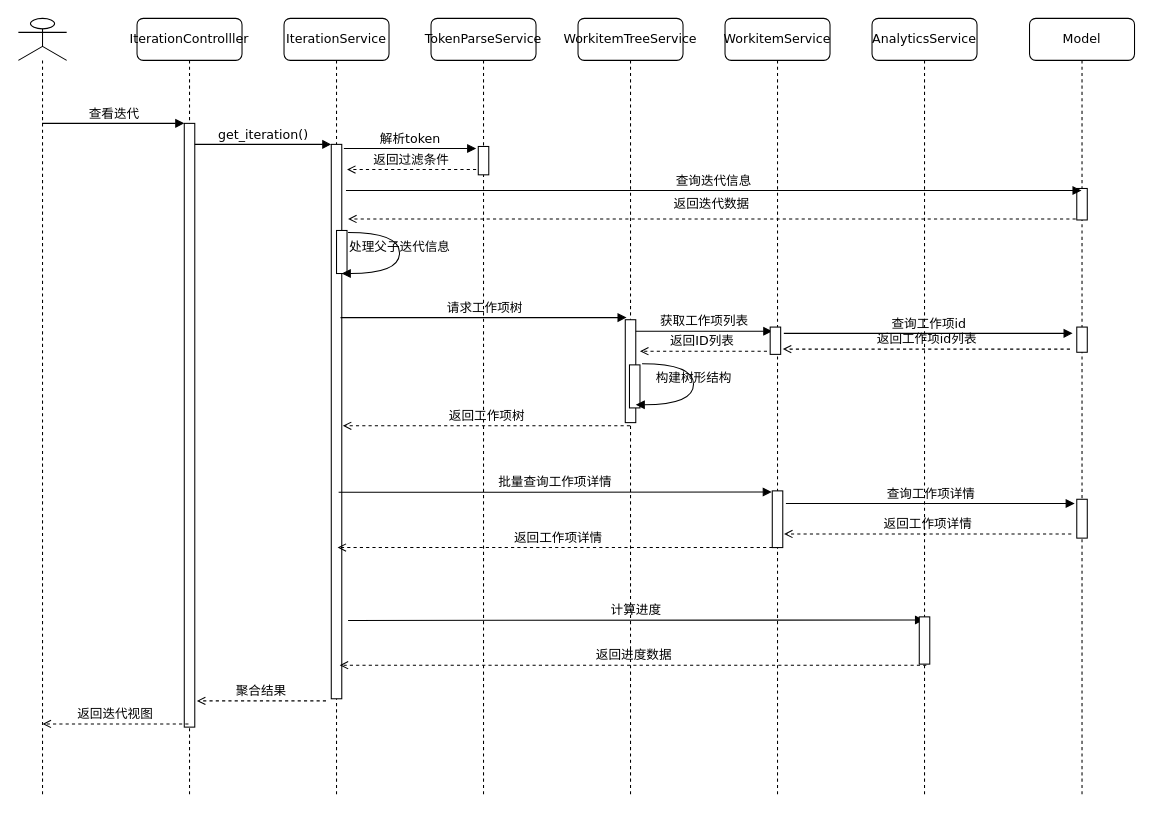
Earlier version of the draw.io diagram 创建自动化规则时序图.drawio (qf2020/drawio). Source tidied: cells renumbered, new cells numbered last; positions are measured from the earlier drawing's top-left corner, leaving out a move shared by most shapes. Both pictures are drawn from the tidied source at 105%, with x=0, y=0 at pixel (18, 18).
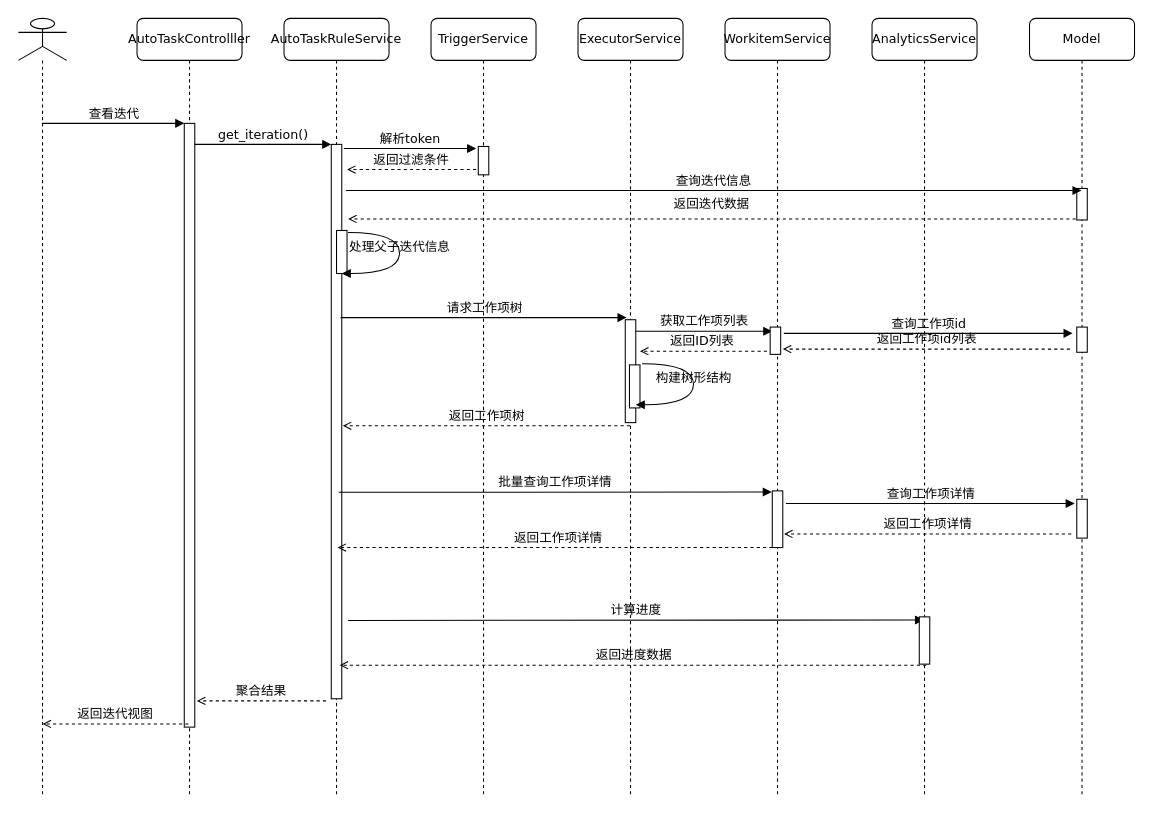
The same diagram, later.

Commit message (it also covers changes not shown here):
更新创建自动化规则时序图.drawio

Diff of the diagram source:
```diff
@@
-    <mxCell id="2" value="IterationControlller" style="shape=umlLifeline;perimeter=lifelinePerimeter;whiteSpace=wrap;html=1;rounded=1;shadow=0;comic=0;labelBackgroundColor=none;strokeWidth=1;fontFamily=Verdana;fontSize=12;align=center;" parent="1" vertex="1">
+    <mxCell id="2" value="AutoTaskControlller" style="shape=umlLifeline;perimeter=lifelinePerimeter;whiteSpace=wrap;html=1;rounded=1;shadow=0;comic=0;labelBackgroundColor=none;strokeWidth=1;fontFamily=Verdana;fontSize=12;align=center;" parent="1" vertex="1">
       <mxGeometry x="113" width="100" height="740" as="geometry" />
     </mxCell>
@@
-    <mxCell id="4" value="IterationService" style="shape=umlLifeline;perimeter=lifelinePerimeter;whiteSpace=wrap;html=1;rounded=1;shadow=0;comic=0;labelBackgroundColor=none;strokeWidth=1;fontFamily=Verdana;fontSize=12;align=center;" parent="1" vertex="1">
+    <mxCell id="4" value="AutoTaskRule&lt;span style=&quot;background-color: transparent; color: light-dark(rgb(0, 0, 0), rgb(255, 255, 255));&quot;&gt;Service&lt;/span&gt;" style="shape=umlLifeline;perimeter=lifelinePerimeter;whiteSpace=wrap;html=1;rounded=1;shadow=0;comic=0;labelBackgroundColor=none;strokeWidth=1;fontFamily=Verdana;fontSize=12;align=center;" parent="1" vertex="1">
       <mxGeometry x="253" width="100" height="740" as="geometry" />
     </mxCell>
@@
-    <mxCell id="9" value="TokenParseService" style="shape=umlLifeline;perimeter=lifelinePerimeter;whiteSpace=wrap;html=1;rounded=1;shadow=0;comic=0;labelBackgroundColor=none;strokeWidth=1;fontFamily=Verdana;fontSize=12;align=center;" parent="1" vertex="1">
+    <mxCell id="9" value="TriggerService" style="shape=umlLifeline;perimeter=lifelinePerimeter;whiteSpace=wrap;html=1;rounded=1;shadow=0;comic=0;labelBackgroundColor=none;strokeWidth=1;fontFamily=Verdana;fontSize=12;align=center;" parent="1" vertex="1">
       <mxGeometry x="393" width="100" height="740" as="geometry" />
     </mxCell>
@@
-    <mxCell id="12" value="WorkitemTreeService" style="shape=umlLifeline;perimeter=lifelinePerimeter;whiteSpace=wrap;html=1;rounded=1;shadow=0;comic=0;labelBackgroundColor=none;strokeWidth=1;fontFamily=Verdana;fontSize=12;align=center;" parent="1" vertex="1">
+    <mxCell id="12" value="ExecutorService" style="shape=umlLifeline;perimeter=lifelinePerimeter;whiteSpace=wrap;html=1;rounded=1;shadow=0;comic=0;labelBackgroundColor=none;strokeWidth=1;fontFamily=Verdana;fontSize=12;align=center;" parent="1" vertex="1">
       <mxGeometry x="533" width="100" height="740" as="geometry" />
     </mxCell>
```
